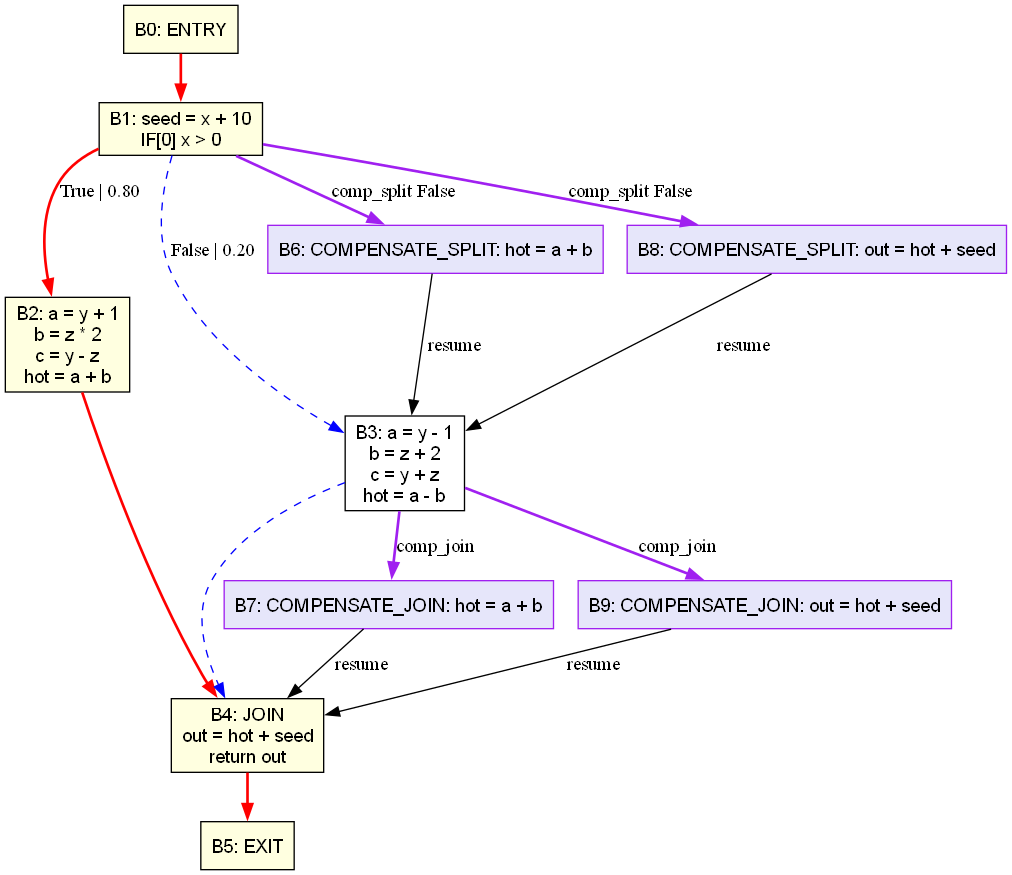
This is TraceScheduling/optimized_trace.png from drazicmi/Trace_scheduling_implementation, a Graphviz export, as it was before one commit. Its source is kept beside it as TraceScheduling/optimized_trace.dot. The source it was exported from:
```dot
digraph CFG {
  rankdir=TB;
  node [shape=box, fontname=Helvetica];
  B0 [label="B0: ENTRY", style="filled", fillcolor="lightyellow"];
  B1 [label="B1: seed = x + 10\nIF[0] x > 0", style="filled", fillcolor="lightyellow"];
  B2 [label="B2: a = y + 1\nb = z * 2\nc = y - z\nhot = a + b", style="filled", fillcolor="lightyellow"];
  B3 [label="B3: a = y - 1\nb = z + 2\nc = y + z\nhot = a - b"];
  B4 [label="B4: JOIN\nout = hot + seed\nreturn out", style="filled", fillcolor="lightyellow"];
  B5 [label="B5: EXIT", style="filled", fillcolor="lightyellow"];
  B6 [label="B6: COMPENSATE_SPLIT: hot = a + b", color="purple", style="filled", fillcolor="lavender"];
  B7 [label="B7: COMPENSATE_JOIN: hot = a + b", color="purple", style="filled", fillcolor="lavender"];
  B8 [label="B8: COMPENSATE_SPLIT: out = hot + seed", color="purple", style="filled", fillcolor="lavender"];
  B9 [label="B9: COMPENSATE_JOIN: out = hot + seed", color="purple", style="filled", fillcolor="lavender"];
  B0 -> B1 [color="red", penwidth=2.0];
  B1 -> B2 [label="True | 0.80", color="red", penwidth=2.0];
  B1 -> B3 [label="False | 0.20", color="blue", style="dashed"];
  B2 -> B4 [color="red", penwidth=2.0];
  B3 -> B4 [color="blue", style="dashed"];
  B4 -> B5 [color="red", penwidth=2.0];
  B1 -> B6 [label="comp_split False", color="purple", penwidth=2.0];
  B6 -> B3 [label="resume"];
  B3 -> B7 [label="comp_join ", color="purple", penwidth=2.0];
  B7 -> B4 [label="resume"];
  B1 -> B8 [label="comp_split False", color="purple", penwidth=2.0];
  B8 -> B3 [label="resume"];
  B3 -> B9 [label="comp_join ", color="purple", penwidth=2.0];
  B9 -> B4 [label="resume"];
}
```
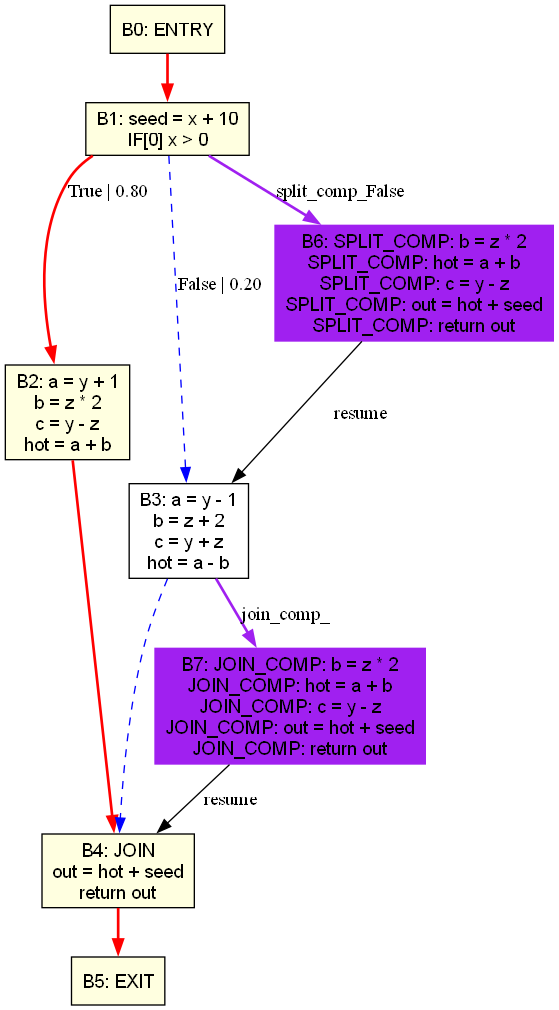
The same diagram one commit later.

Commit message:
Add bookkeeping and trace scheduling implementation

Diff of the diagram source:
```diff
@@ -7,22 +7,16 @@
   B3 [label="B3: a = y - 1\nb = z + 2\nc = y + z\nhot = a - b"];
   B4 [label="B4: JOIN\nout = hot + seed\nreturn out", style="filled", fillcolor="lightyellow"];
   B5 [label="B5: EXIT", style="filled", fillcolor="lightyellow"];
-  B6 [label="B6: COMPENSATE_SPLIT: hot = a + b", color="purple", style="filled", fillcolor="lavender"];
-  B7 [label="B7: COMPENSATE_JOIN: hot = a + b", color="purple", style="filled", fillcolor="lavender"];
-  B8 [label="B8: COMPENSATE_SPLIT: out = hot + seed", color="purple", style="filled", fillcolor="lavender"];
-  B9 [label="B9: COMPENSATE_JOIN: out = hot + seed", color="purple", style="filled", fillcolor="lavender"];
+  B6 [label="B6: SPLIT_COMP: b = z * 2\nSPLIT_COMP: hot = a + b\nSPLIT_COMP: c = y - z\nSPLIT_COMP: out = hot + seed\nSPLIT_COMP: return out", color="purple", style="filled", fillcolor="purple"];
+  B7 [label="B7: JOIN_COMP: b = z * 2\nJOIN_COMP: hot = a + b\nJOIN_COMP: c = y - z\nJOIN_COMP: out = hot + seed\nJOIN_COMP: return out", color="purple", style="filled", fillcolor="purple"];
   B0 -> B1 [color="red", penwidth=2.0];
   B1 -> B2 [label="True | 0.80", color="red", penwidth=2.0];
   B1 -> B3 [label="False | 0.20", color="blue", style="dashed"];
   B2 -> B4 [color="red", penwidth=2.0];
   B3 -> B4 [color="blue", style="dashed"];
   B4 -> B5 [color="red", penwidth=2.0];
-  B1 -> B6 [label="comp_split False", color="purple", penwidth=2.0];
+  B1 -> B6 [label="split_comp_False", color="purple", penwidth=2.0];
   B6 -> B3 [label="resume"];
-  B3 -> B7 [label="comp_join ", color="purple", penwidth=2.0];
+  B3 -> B7 [label="join_comp_", color="purple", penwidth=2.0];
   B7 -> B4 [label="resume"];
-  B1 -> B8 [label="comp_split False", color="purple", penwidth=2.0];
-  B8 -> B3 [label="resume"];
-  B3 -> B9 [label="comp_join ", color="purple", penwidth=2.0];
-  B9 -> B4 [label="resume"];
 }
```
